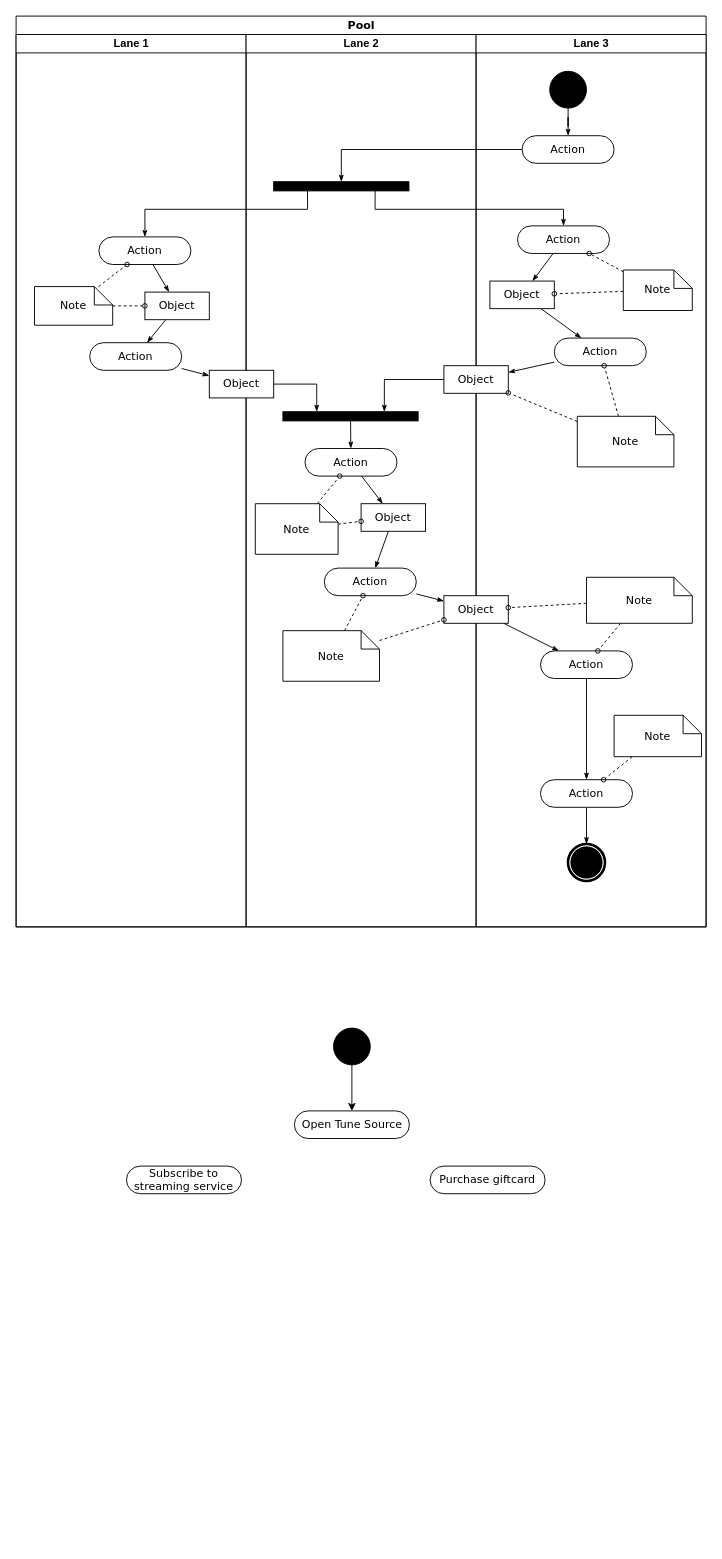
The draw.io diagram ActivityDiagram.drawio in wildman9x/1631, before the edit. Source tidied: cells renumbered, new cells numbered last; positions are measured from the earlier drawing's top-left corner, leaving out a move shared by most shapes. Both pictures are drawn from the tidied source at 92%, with x=0, y=0 at pixel (16, 16).
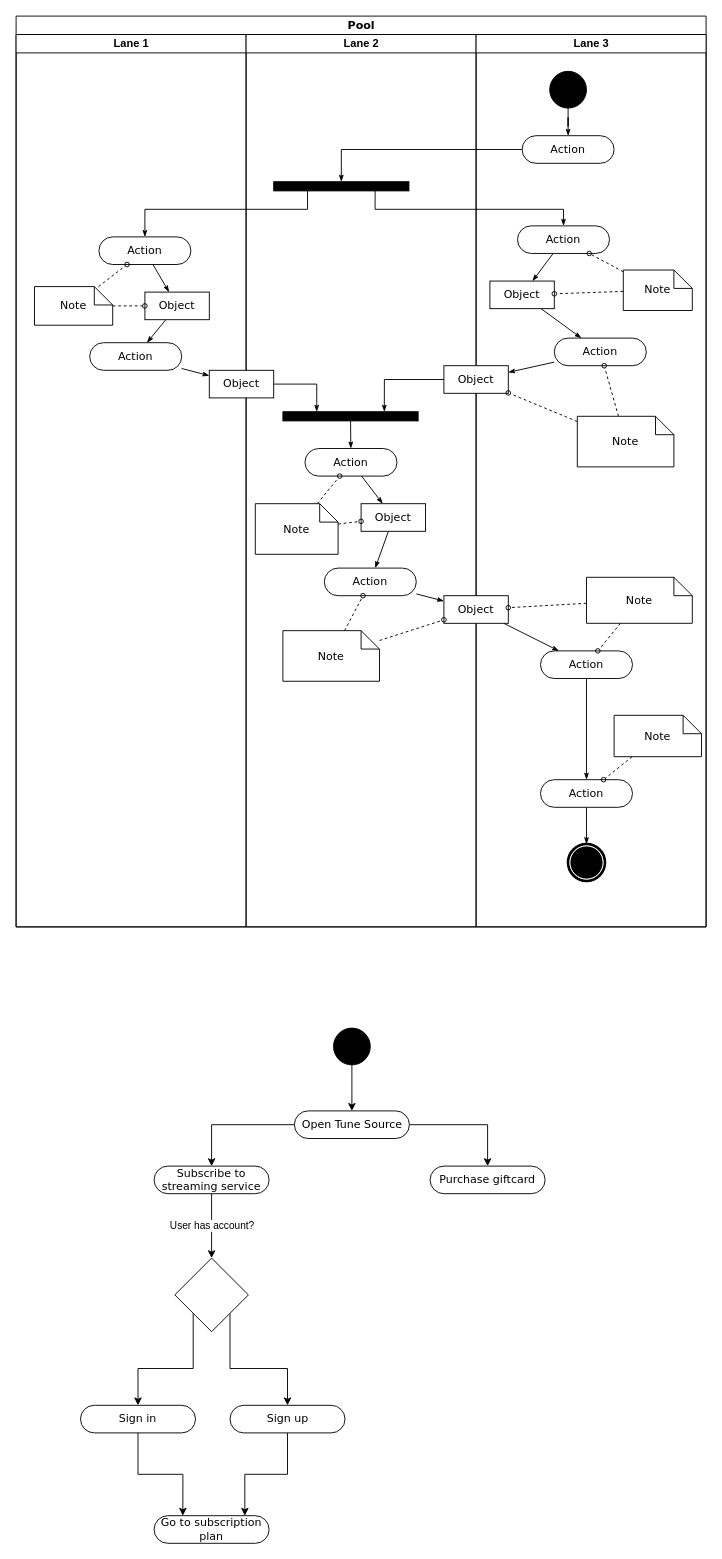
Above is the later version.

The change refers to these unchanged cells:
```xml
<mxCell id="66" value="Open Tune Source" style="rounded=1;whiteSpace=wrap;html=1;shadow=0;comic=0;labelBackgroundColor=none;strokeWidth=1;fontFamily=Verdana;fontSize=12;align=center;arcSize=50;" parent="1" vertex="1">
  <mxGeometry x="302.5" y="1190" width="125" height="30" as="geometry" />
</mxCell>
<mxCell id="68" value="Purchase giftcard" style="rounded=1;whiteSpace=wrap;html=1;shadow=0;comic=0;labelBackgroundColor=none;strokeWidth=1;fontFamily=Verdana;fontSize=12;align=center;arcSize=50;" parent="1" vertex="1">
  <mxGeometry x="450" y="1250" width="125" height="30" as="geometry" />
</mxCell>
```

Diff of the diagram source:
```diff
@@
+    <mxCell id="69" style="edgeStyle=orthogonalEdgeStyle;rounded=0;jettySize=auto;html=1;exitX=0;exitY=0.5;exitDx=0;exitDy=0;entryX=0.5;entryY=0;entryDx=0;entryDy=0;" parent="1" edge="1" source="66" target="67">
+      <mxGeometry relative="1" as="geometry" />
+    </mxCell>
+    <mxCell id="70" style="edgeStyle=orthogonalEdgeStyle;rounded=0;jettySize=auto;html=1;exitX=1;exitY=0.5;exitDx=0;exitDy=0;entryX=0.5;entryY=0;entryDx=0;entryDy=0;" parent="1" edge="1" source="66" target="68">
+      <mxGeometry relative="1" as="geometry" />
+    </mxCell>
@@
+    <mxCell id="71" value="User has account?" style="edgeStyle=orthogonalEdgeStyle;rounded=0;jettySize=auto;html=1;entryX=0.5;entryY=0;entryDx=0;entryDy=0;" parent="1" edge="1" source="67" target="79">
+      <mxGeometry relative="1" as="geometry" />
+    </mxCell>
     <mxCell id="67" value="Subscribe to streaming service" style="rounded=1;whiteSpace=wrap;html=1;shadow=0;comic=0;labelBackgroundColor=none;strokeWidth=1;fontFamily=Verdana;fontSize=12;align=center;arcSize=50;" parent="1" vertex="1">
-      <mxGeometry x="120" y="1250" width="125" height="30" as="geometry" />
+      <mxGeometry x="150" y="1250" width="125" height="30" as="geometry" />
     </mxCell>
@@
+    <mxCell id="72" style="edgeStyle=orthogonalEdgeStyle;rounded=0;jettySize=auto;html=1;exitX=0.5;exitY=1;exitDx=0;exitDy=0;entryX=0.25;entryY=0;entryDx=0;entryDy=0;" parent="1" edge="1" source="73" target="76">
+      <mxGeometry relative="1" as="geometry" />
+    </mxCell>
+    <mxCell id="73" value="Sign in" style="rounded=1;whiteSpace=wrap;html=1;shadow=0;comic=0;labelBackgroundColor=none;strokeWidth=1;fontFamily=Verdana;fontSize=12;align=center;arcSize=50;" parent="1" vertex="1">
+      <mxGeometry x="70" y="1510" width="125" height="30" as="geometry" />
+    </mxCell>
+    <mxCell id="74" style="edgeStyle=orthogonalEdgeStyle;rounded=0;jettySize=auto;html=1;exitX=0.5;exitY=1;exitDx=0;exitDy=0;entryX=0.789;entryY=0;entryDx=0;entryDy=0;entryPerimeter=0;" parent="1" edge="1" source="75" target="76">
+      <mxGeometry relative="1" as="geometry" />
+    </mxCell>
+    <mxCell id="75" value="Sign up" style="rounded=1;whiteSpace=wrap;html=1;shadow=0;comic=0;labelBackgroundColor=none;strokeWidth=1;fontFamily=Verdana;fontSize=12;align=center;arcSize=50;" parent="1" vertex="1">
+      <mxGeometry x="232.5" y="1510" width="125" height="30" as="geometry" />
+    </mxCell>
+    <mxCell id="76" value="Go to subscription plan" style="rounded=1;whiteSpace=wrap;html=1;shadow=0;comic=0;labelBackgroundColor=none;strokeWidth=1;fontFamily=Verdana;fontSize=12;align=center;arcSize=50;" parent="1" vertex="1">
+      <mxGeometry x="150" y="1630" width="125" height="30" as="geometry" />
+    </mxCell>
+    <mxCell id="77" style="edgeStyle=orthogonalEdgeStyle;rounded=0;jettySize=auto;html=1;exitX=0;exitY=1;exitDx=0;exitDy=0;entryX=0.5;entryY=0;entryDx=0;entryDy=0;" parent="1" edge="1" source="79" target="73">
+      <mxGeometry relative="1" as="geometry" />
+    </mxCell>
+    <mxCell id="78" style="edgeStyle=orthogonalEdgeStyle;rounded=0;jettySize=auto;html=1;exitX=1;exitY=1;exitDx=0;exitDy=0;entryX=0.5;entryY=0;entryDx=0;entryDy=0;" parent="1" edge="1" source="79" target="75">
+      <mxGeometry relative="1" as="geometry" />
+    </mxCell>
+    <mxCell id="79" style="rhombus;whiteSpace=wrap;html=1;" parent="1" vertex="1">
+      <mxGeometry x="172.5" y="1350" width="80" height="80" as="geometry" />
+    </mxCell>
```
